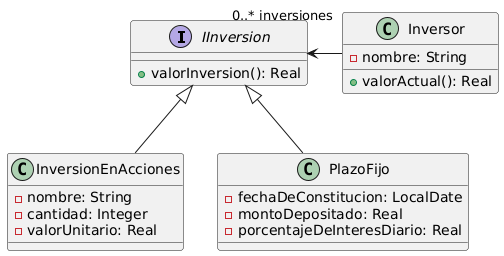
Before: Practicas/Ejercicio11-ElInversor/UMLEjercicio11.png, a diagram exported from PlantUML (estanivege98/OO12024). The source it was exported from:
```plantuml
@startuml
interface IInversion{
+valorInversion(): Real
}

class InversionEnAcciones{
-nombre: String
-cantidad: Integer
-valorUnitario: Real
}

class PlazoFijo{
-fechaDeConstitucion: LocalDate
-montoDepositado: Real
-porcentajeDeInteresDiario: Real
}

class Inversor{
-nombre: String

+valorActual(): Real
}
IInversion <|--InversionEnAcciones
IInversion <|--PlazoFijo
IInversion <--right "0..* inversiones" Inversor
@enduml
```
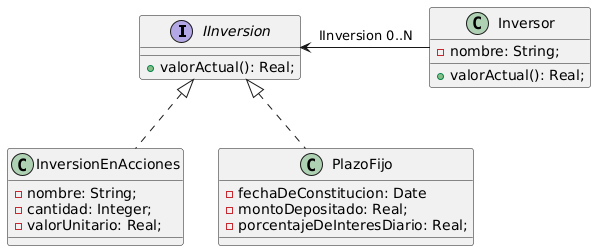
The same file after the commit.

Commit message:
UML corregido

Diff of the diagram source:
```diff
@@ -1,26 +1,26 @@
 @startuml
-interface IInversion{
-+valorInversion(): Real
+interface IInversion {
++valorActual(): Real;
 }
 
-class InversionEnAcciones{
--nombre: String
--cantidad: Integer
--valorUnitario: Real
+class InversionEnAcciones {
+-nombre: String;
+-cantidad: Integer;
+-valorUnitario: Real;
 }
 
-class PlazoFijo{
--fechaDeConstitucion: LocalDate
--montoDepositado: Real
--porcentajeDeInteresDiario: Real
+class PlazoFijo {
+-fechaDeConstitucion: Date
+-montoDepositado: Real;
+-porcentajeDeInteresDiario: Real;
 }
 
-class Inversor{
--nombre: String
+class Inversor {
+-nombre: String;
++valorActual(): Real;
+}
 
-+valorActual(): Real
-}
-IInversion <|--InversionEnAcciones
-IInversion <|--PlazoFijo
-IInversion <--right "0..* inversiones" Inversor
+IInversion <|.. InversionEnAcciones
+IInversion <|.. PlazoFijo
+IInversion <-right- Inversor : IInversion 0..N
 @enduml
```
